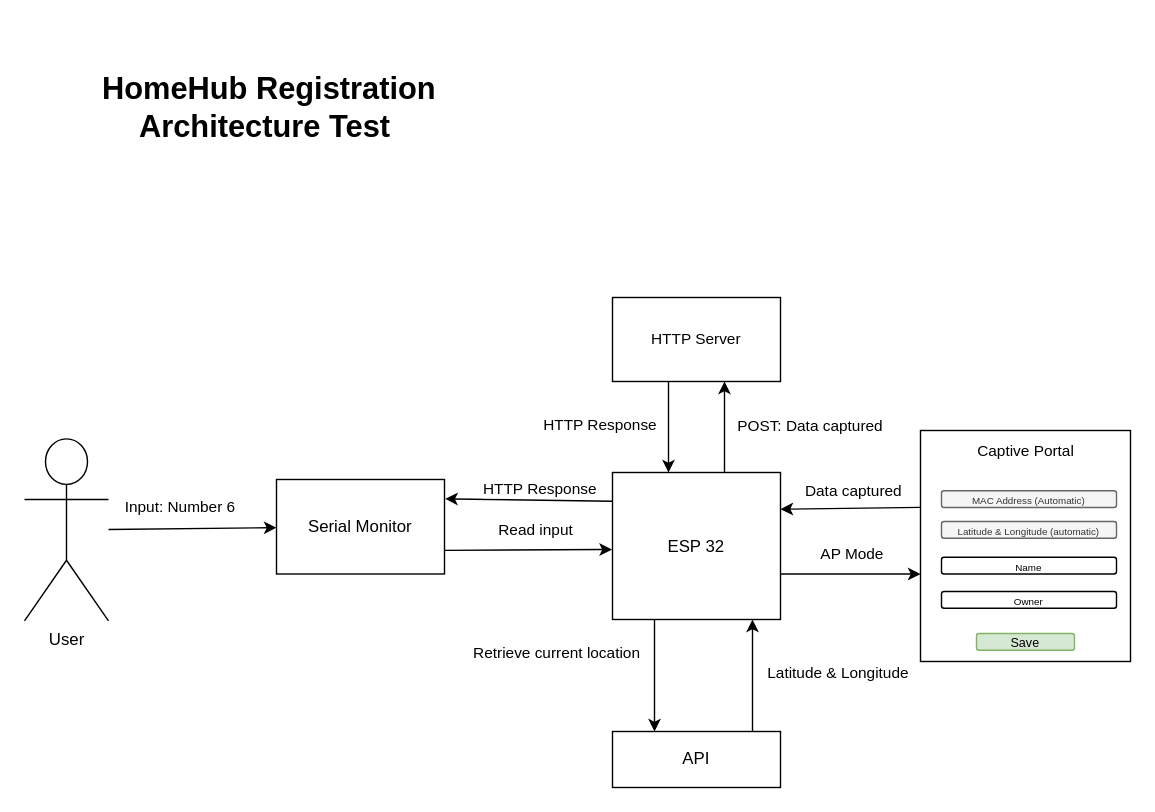
Earlier version of the draw.io diagram docs/drawio/homehub_register_test.drawio (AndresRicoM/axol_pairing). Source tidied: cells renumbered, new cells numbered last; positions are measured from the earlier drawing's top-left corner, leaving out a move shared by most shapes. Both pictures are drawn from the tidied source at 140%, with x=0, y=0 at pixel (24, 24).
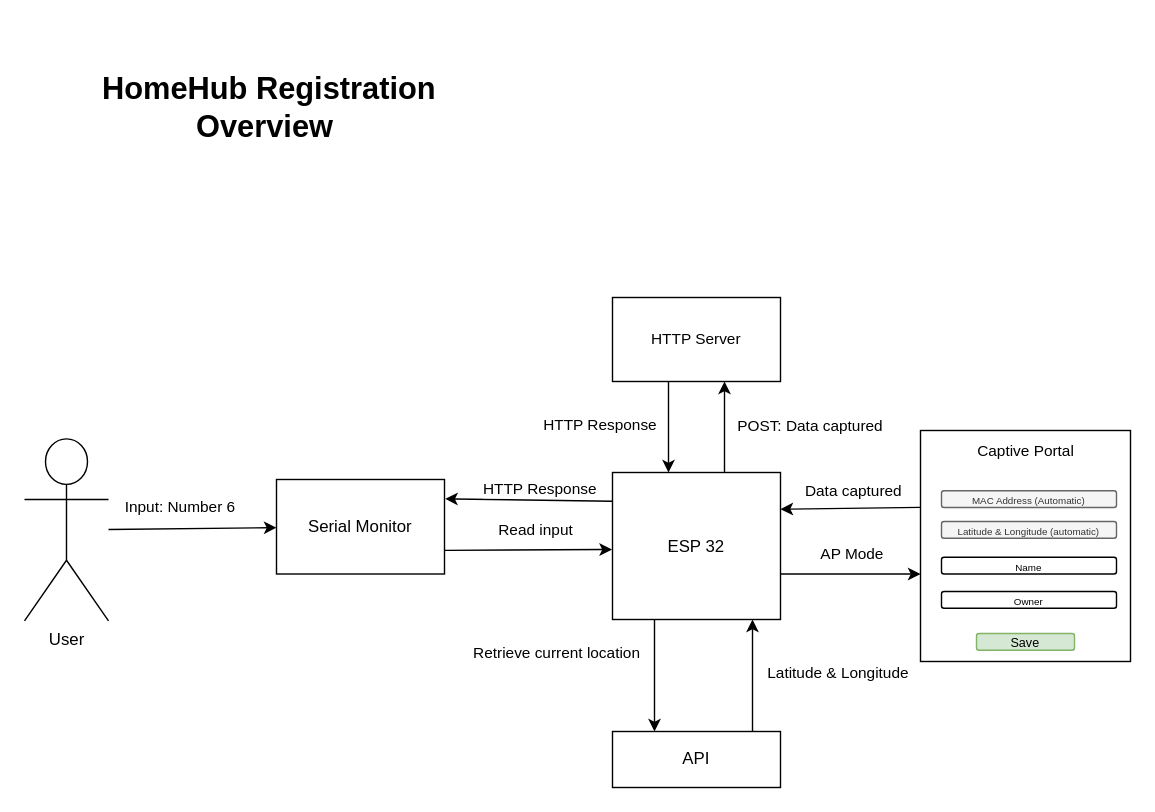
Above is the later version.

The edit, as a diff of the source:
```diff
@@
-    <mxCell id="31" value="&lt;font style=&quot;font-size: 22px;&quot;&gt;&lt;b&gt;HomeHub Registration Architecture Test&amp;nbsp;&lt;/b&gt;&lt;/font&gt;" style="text;html=1;align=center;verticalAlign=middle;whiteSpace=wrap;rounded=0;" parent="1" vertex="1">
+    <mxCell id="31" value="&lt;font style=&quot;font-size: 22px;&quot;&gt;&lt;b&gt;HomeHub Registration Overview&amp;nbsp;&lt;/b&gt;&lt;/font&gt;" style="text;html=1;align=center;verticalAlign=middle;whiteSpace=wrap;rounded=0;" parent="1" vertex="1">
       <mxGeometry x="10" width="330" height="120" as="geometry" />
     </mxCell>
```
